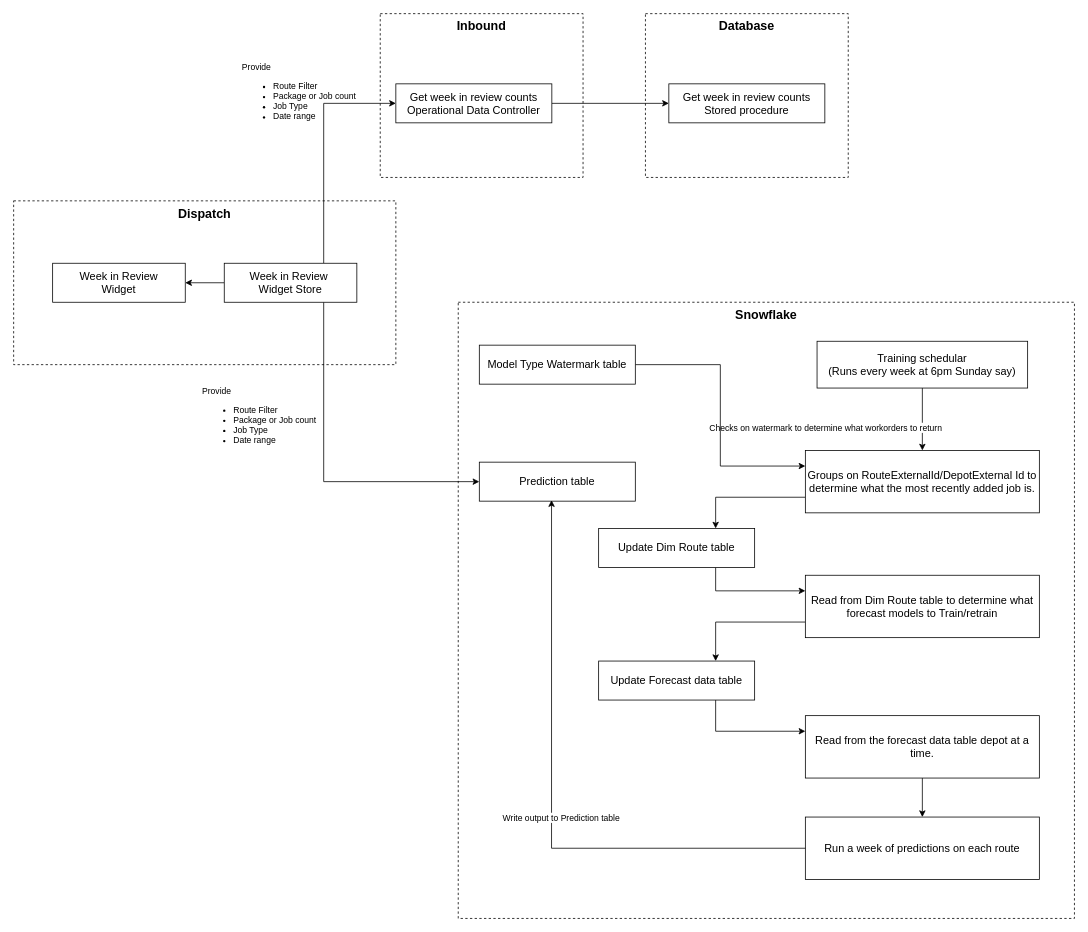
Earlier version of the draw.io diagram ML Forecasting.drawio (gbates-e2open/drawioFiles). Source tidied: cells renumbered, new cells numbered last; positions are measured from the earlier drawing's top-left corner, leaving out a move shared by most shapes. Both pictures are drawn from the tidied source at 78%, with x=0, y=0 at pixel (13, 13).
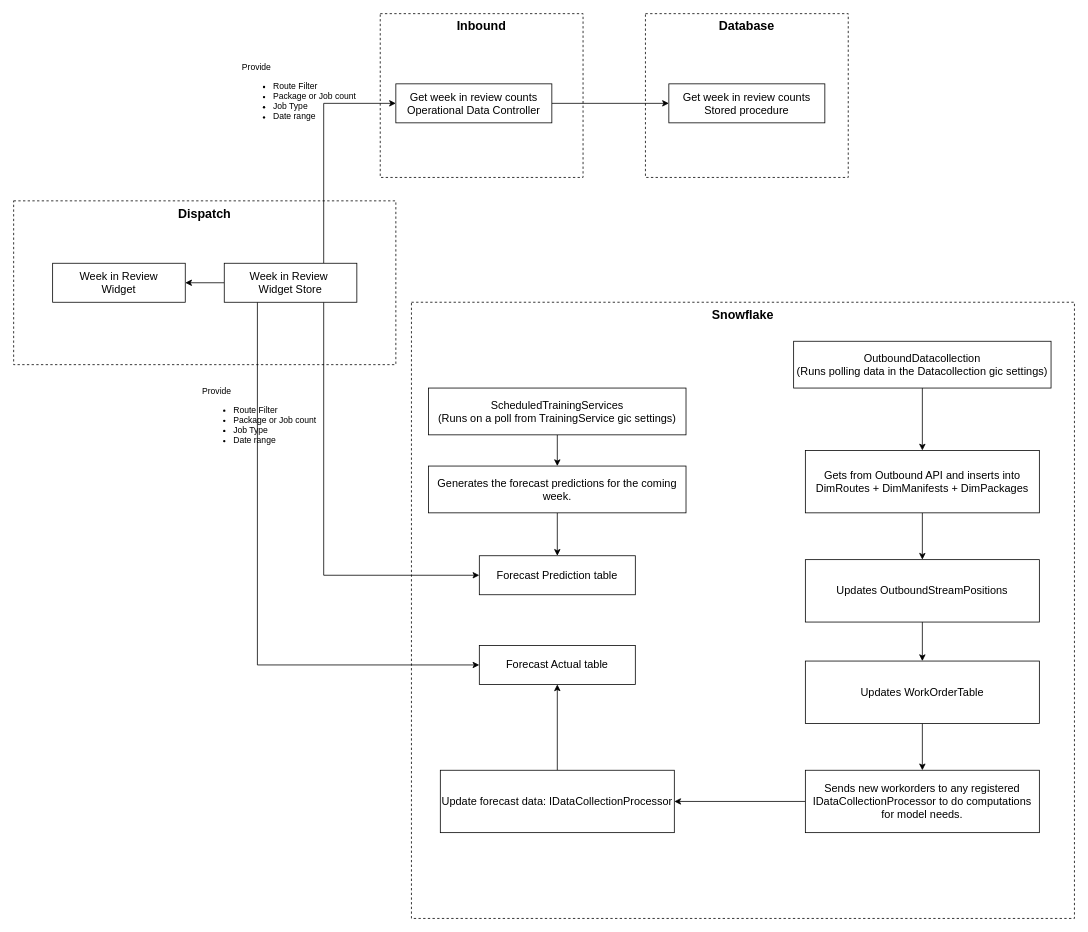
After the change.

Unchanged cells that the change refers to:
```xml
<mxCell id="8" value="Week in Review&amp;nbsp;&lt;div&gt;Widget Store&lt;/div&gt;" style="whiteSpace=wrap;html=1;align=center;fontSize=14;" parent="1" vertex="1">
  <mxGeometry x="270" y="320" width="170" height="50" as="geometry" />
</mxCell>
<mxCell id="17" style="edgeStyle=orthogonalEdgeStyle;rounded=0;jettySize=auto;html=1;exitX=0.5;exitY=1;exitDx=0;exitDy=0;entryX=0.5;entryY=0;entryDx=0;entryDy=0;" parent="1" edge="1" source="19" target="21">
  <mxGeometry relative="1" as="geometry" />
</mxCell>
```

Change to the diagram source:
```diff
@@
+    <mxCell id="35" style="edgeStyle=orthogonalEdgeStyle;rounded=0;jettySize=auto;html=1;exitX=0.25;exitY=1;exitDx=0;exitDy=0;entryX=0;entryY=0.5;entryDx=0;entryDy=0;" parent="1" edge="1" source="8" target="49">
+      <mxGeometry relative="1" as="geometry" />
+    </mxCell>
@@
     <mxCell id="14" value="&lt;span style=&quot;font-size: 16px;&quot;&gt;&lt;b&gt;Snowflake&lt;/b&gt;&lt;/span&gt;" style="html=1;whiteSpace=wrap;dashed=1;gradientColor=default;fillColor=none;labelPosition=center;verticalLabelPosition=middle;align=center;verticalAlign=top;" parent="1" vertex="1">
-      <mxGeometry x="570" y="370" width="790" height="790" as="geometry" />
+      <mxGeometry x="510" y="370" width="850" height="790" as="geometry" />
     </mxCell>
-    <mxCell id="15" value="Prediction table" style="whiteSpace=wrap;html=1;align=center;fontSize=14;" parent="1" vertex="1">
-      <mxGeometry x="597" y="575" width="200" height="50" as="geometry" />
+    <mxCell id="15" value="Forecast Prediction table" style="whiteSpace=wrap;html=1;align=center;fontSize=14;" parent="1" vertex="1">
+      <mxGeometry x="597" y="695" width="200" height="50" as="geometry" />
     </mxCell>
@@
-    <mxCell id="18" value="Checks on watermark to determine what workorders to return" style="edgeLabel;html=1;align=center;verticalAlign=middle;" parent="17" vertex="1">
-      <mxGeometry x="0.03" y="-2" relative="1" as="geometry">
-        <mxPoint x="-123" y="9" as="offset" />
-      </mxGeometry>
-    </mxCell>
-    <mxCell id="19" value="Training schedular&lt;div&gt;(Runs every week at 6pm Sunday say)&lt;/div&gt;" style="whiteSpace=wrap;html=1;align=center;fontSize=14;" parent="1" vertex="1">
-      <mxGeometry x="1030" y="420" width="270" height="60" as="geometry" />
+    <mxCell id="19" value="OutboundDatacollection&lt;div&gt;(Runs polling data in the Datacollection gic settings)&lt;/div&gt;" style="whiteSpace=wrap;html=1;align=center;fontSize=14;" parent="1" vertex="1">
+      <mxGeometry x="1000" y="420" width="330" height="60" as="geometry" />
     </mxCell>
-    <mxCell id="20" style="edgeStyle=orthogonalEdgeStyle;rounded=0;jettySize=auto;html=1;exitX=0;exitY=0.75;exitDx=0;exitDy=0;entryX=0.75;entryY=0;entryDx=0;entryDy=0;" parent="1" edge="1" source="21" target="23">
-      <mxGeometry relative="1" as="geometry" />
-    </mxCell>
+    <mxCell id="36" style="edgeStyle=orthogonalEdgeStyle;rounded=0;jettySize=auto;html=1;exitX=0.5;exitY=1;exitDx=0;exitDy=0;entryX=0.5;entryY=0;entryDx=0;entryDy=0;" parent="1" edge="1" source="21" target="42">
+      <mxGeometry relative="1" as="geometry" />
+    </mxCell>
-    <mxCell id="21" value="&lt;font style=&quot;font-size: 14px;&quot;&gt;Groups on RouteExternalId/DepotExternal Id to determine what the most recently added job is.&lt;/font&gt;" style="rounded=0;whiteSpace=wrap;html=1;" parent="1" vertex="1">
+    <mxCell id="21" value="&lt;font style=&quot;font-size: 14px;&quot;&gt;Gets from Outbound API and inserts into DimRoutes + DimManifests + DimPackages&lt;/font&gt;" style="rounded=0;whiteSpace=wrap;html=1;" parent="1" vertex="1">
       <mxGeometry x="1015" y="560" width="300" height="80" as="geometry" />
     </mxCell>
-    <mxCell id="22" style="edgeStyle=orthogonalEdgeStyle;rounded=0;jettySize=auto;html=1;exitX=0.75;exitY=1;exitDx=0;exitDy=0;entryX=0;entryY=0.25;entryDx=0;entryDy=0;" parent="1" edge="1" source="23" target="25">
-      <mxGeometry relative="1" as="geometry" />
-    </mxCell>
-    <mxCell id="23" value="Update Dim Route table" style="whiteSpace=wrap;html=1;align=center;fontSize=14;" parent="1" vertex="1">
-      <mxGeometry x="750" y="660" width="200" height="50" as="geometry" />
-    </mxCell>
-    <mxCell id="24" style="edgeStyle=orthogonalEdgeStyle;rounded=0;jettySize=auto;html=1;exitX=0;exitY=0.75;exitDx=0;exitDy=0;entryX=0.75;entryY=0;entryDx=0;entryDy=0;" parent="1" edge="1" source="25" target="32">
-      <mxGeometry relative="1" as="geometry" />
-    </mxCell>
-    <mxCell id="25" value="&lt;div&gt;&lt;font style=&quot;font-size: 14px;&quot;&gt;Read from Dim Route table to determine what forecast models to&amp;nbsp;&lt;/font&gt;&lt;span style=&quot;font-size: 14px; background-color: transparent; color: light-dark(rgb(0, 0, 0), rgb(255, 255, 255));&quot;&gt;Train/retrain&lt;/span&gt;&lt;/div&gt;" style="rounded=0;whiteSpace=wrap;html=1;" parent="1" vertex="1">
-      <mxGeometry x="1015" y="720" width="300" height="80" as="geometry" />
-    </mxCell>
-    <mxCell id="26" value="&lt;div&gt;&lt;span style=&quot;font-size: 14px;&quot;&gt;Run a week of predictions on each route&lt;/span&gt;&lt;/div&gt;" style="rounded=0;whiteSpace=wrap;html=1;" parent="1" vertex="1">
-      <mxGeometry x="1015" y="1030" width="300" height="80" as="geometry" />
-    </mxCell>
-    <mxCell id="27" style="edgeStyle=orthogonalEdgeStyle;rounded=0;jettySize=auto;html=1;exitX=0;exitY=0.5;exitDx=0;exitDy=0;entryX=0.463;entryY=0.975;entryDx=0;entryDy=0;entryPerimeter=0;" parent="1" edge="1" source="26" target="15">
-      <mxGeometry relative="1" as="geometry" />
-    </mxCell>
-    <mxCell id="28" value="Write output to Prediction table" style="edgeLabel;html=1;align=center;verticalAlign=middle;" parent="27" vertex="1">
-      <mxGeometry x="-0.28" y="5" relative="1" as="geometry">
-        <mxPoint x="-36" y="-45" as="offset" />
-      </mxGeometry>
-    </mxCell>
-    <mxCell id="29" style="edgeStyle=orthogonalEdgeStyle;rounded=0;jettySize=auto;html=1;exitX=1;exitY=0.5;exitDx=0;exitDy=0;entryX=0;entryY=0.25;entryDx=0;entryDy=0;" parent="1" edge="1" source="30" target="21">
-      <mxGeometry relative="1" as="geometry" />
-    </mxCell>
-    <mxCell id="30" value="Model Type Watermark table" style="whiteSpace=wrap;html=1;align=center;fontSize=14;" parent="1" vertex="1">
-      <mxGeometry x="597" y="425" width="200" height="50" as="geometry" />
-    </mxCell>
-    <mxCell id="31" style="edgeStyle=orthogonalEdgeStyle;rounded=0;jettySize=auto;html=1;exitX=0.75;exitY=1;exitDx=0;exitDy=0;entryX=0;entryY=0.25;entryDx=0;entryDy=0;" parent="1" edge="1" source="32" target="34">
-      <mxGeometry relative="1" as="geometry" />
-    </mxCell>
-    <mxCell id="32" value="Update Forecast data table" style="whiteSpace=wrap;html=1;align=center;fontSize=14;" parent="1" vertex="1">
-      <mxGeometry x="750" y="830" width="200" height="50" as="geometry" />
-    </mxCell>
-    <mxCell id="33" style="edgeStyle=orthogonalEdgeStyle;rounded=0;jettySize=auto;html=1;exitX=0.5;exitY=1;exitDx=0;exitDy=0;entryX=0.5;entryY=0;entryDx=0;entryDy=0;" parent="1" edge="1" source="34" target="26">
-      <mxGeometry relative="1" as="geometry" />
-    </mxCell>
-    <mxCell id="34" value="&lt;span style=&quot;font-size: 14px;&quot;&gt;Read from the forecast data table depot at a time.&lt;/span&gt;" style="rounded=0;whiteSpace=wrap;html=1;" parent="1" vertex="1">
-      <mxGeometry x="1015" y="900" width="300" height="80" as="geometry" />
-    </mxCell>
+    <mxCell id="37" style="edgeStyle=orthogonalEdgeStyle;rounded=0;jettySize=auto;html=1;exitX=0.5;exitY=1;exitDx=0;exitDy=0;entryX=0.5;entryY=0;entryDx=0;entryDy=0;" parent="1" edge="1" source="38" target="40">
+      <mxGeometry relative="1" as="geometry" />
+    </mxCell>
+    <mxCell id="38" value="ScheduledTrainingServices&lt;br&gt;&lt;div&gt;(Runs on a poll from TrainingService gic settings)&lt;/div&gt;" style="whiteSpace=wrap;html=1;align=center;fontSize=14;" parent="1" vertex="1">
+      <mxGeometry x="532" y="480" width="330" height="60" as="geometry" />
+    </mxCell>
+    <mxCell id="39" style="edgeStyle=orthogonalEdgeStyle;rounded=0;jettySize=auto;html=1;exitX=0.5;exitY=1;exitDx=0;exitDy=0;entryX=0.5;entryY=0;entryDx=0;entryDy=0;" parent="1" edge="1" source="40" target="15">
+      <mxGeometry relative="1" as="geometry" />
+    </mxCell>
+    <mxCell id="40" value="Generates the forecast predictions for the coming week." style="whiteSpace=wrap;html=1;align=center;fontSize=14;" parent="1" vertex="1">
+      <mxGeometry x="532" y="580" width="330" height="60" as="geometry" />
+    </mxCell>
+    <mxCell id="41" style="edgeStyle=orthogonalEdgeStyle;rounded=0;jettySize=auto;html=1;exitX=0.5;exitY=1;exitDx=0;exitDy=0;entryX=0.5;entryY=0;entryDx=0;entryDy=0;" parent="1" edge="1" source="42" target="44">
+      <mxGeometry relative="1" as="geometry" />
+    </mxCell>
+    <mxCell id="42" value="&lt;font style=&quot;font-size: 14px;&quot;&gt;Updates OutboundStreamPositions&lt;/font&gt;" style="rounded=0;whiteSpace=wrap;html=1;" parent="1" vertex="1">
+      <mxGeometry x="1015" y="700" width="300" height="80" as="geometry" />
+    </mxCell>
+    <mxCell id="43" style="edgeStyle=orthogonalEdgeStyle;rounded=0;jettySize=auto;html=1;exitX=0.5;exitY=1;exitDx=0;exitDy=0;entryX=0.5;entryY=0;entryDx=0;entryDy=0;" parent="1" edge="1" source="44" target="46">
+      <mxGeometry relative="1" as="geometry" />
+    </mxCell>
+    <mxCell id="44" value="&lt;font style=&quot;font-size: 14px;&quot;&gt;Updates WorkOrderTable&lt;/font&gt;" style="rounded=0;whiteSpace=wrap;html=1;" parent="1" vertex="1">
+      <mxGeometry x="1015" y="830" width="300" height="80" as="geometry" />
+    </mxCell>
+    <mxCell id="45" style="edgeStyle=orthogonalEdgeStyle;rounded=0;jettySize=auto;html=1;exitX=0;exitY=0.5;exitDx=0;exitDy=0;entryX=1;entryY=0.5;entryDx=0;entryDy=0;" parent="1" edge="1" source="46" target="48">
+      <mxGeometry relative="1" as="geometry" />
+    </mxCell>
+    <mxCell id="46" value="&lt;font style=&quot;font-size: 14px;&quot;&gt;Sends new workorders to any registered IDataCollectionProcessor to do computations for model needs.&lt;/font&gt;" style="rounded=0;whiteSpace=wrap;html=1;" parent="1" vertex="1">
+      <mxGeometry x="1015" y="970" width="300" height="80" as="geometry" />
+    </mxCell>
+    <mxCell id="47" style="edgeStyle=orthogonalEdgeStyle;rounded=0;jettySize=auto;html=1;exitX=0.5;exitY=0;exitDx=0;exitDy=0;entryX=0.5;entryY=1;entryDx=0;entryDy=0;" parent="1" edge="1" source="48" target="49">
+      <mxGeometry relative="1" as="geometry" />
+    </mxCell>
+    <mxCell id="48" value="&lt;font style=&quot;font-size: 14px;&quot;&gt;Update forecast data: IDataCollectionProcessor&lt;/font&gt;" style="rounded=0;whiteSpace=wrap;html=1;" parent="1" vertex="1">
+      <mxGeometry x="547" y="970" width="300" height="80" as="geometry" />
+    </mxCell>
+    <mxCell id="49" value="Forecast Actual table" style="whiteSpace=wrap;html=1;align=center;fontSize=14;" parent="1" vertex="1">
+      <mxGeometry x="597" y="810" width="200" height="50" as="geometry" />
+    </mxCell>
```
